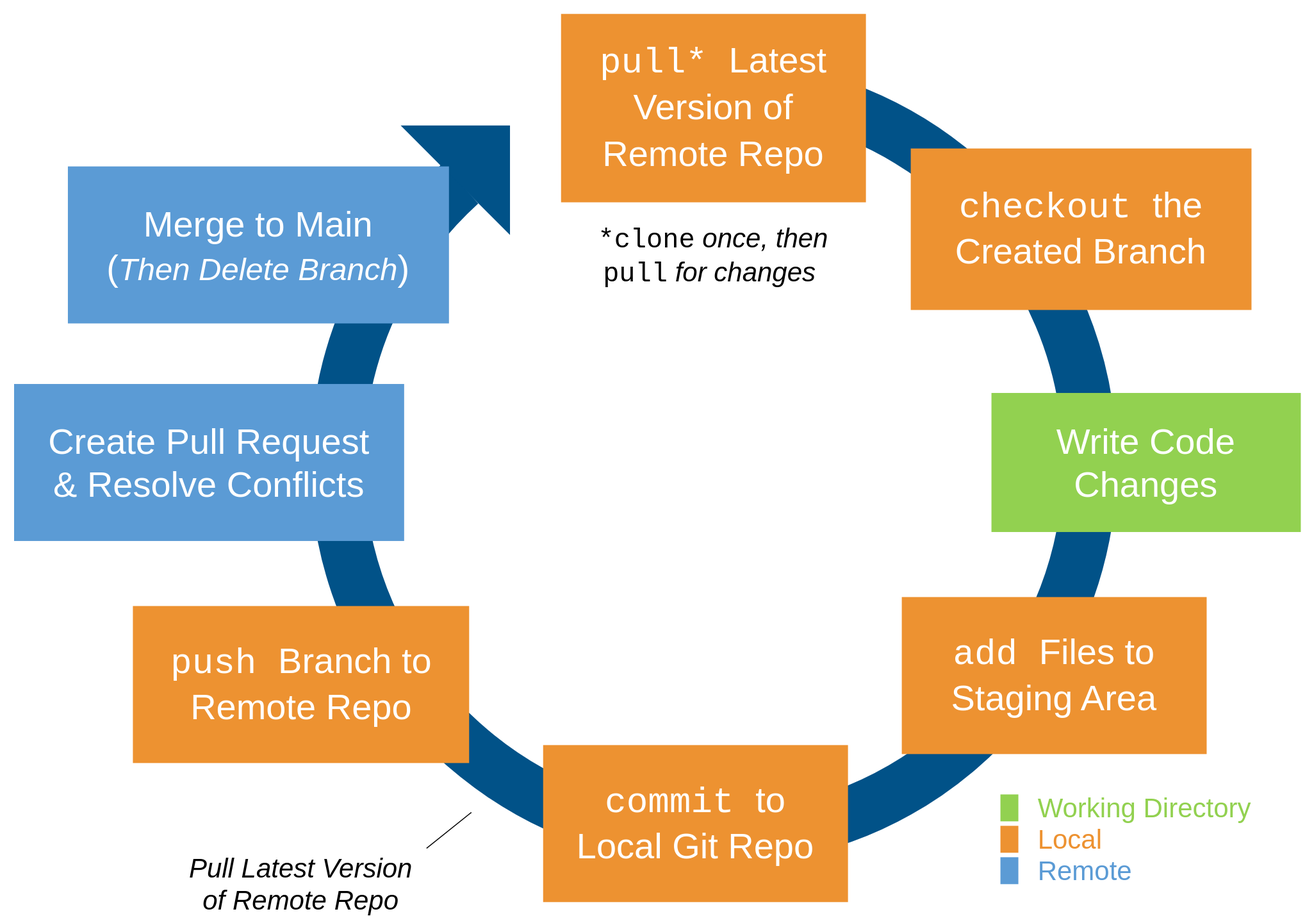
The draw.io diagram docs/3/img3/git-lifecycle.svg in liatrio/devops-bootcamp, before a commit. Source tidied: cells renumbered, new cells last; positions are measured from the earlier drawing's top-left corner, leaving out a move shared by most shapes. Source of this version:
```xml
<mxGraphModel>
  <root>
    <mxCell id="0" />
    <mxCell id="1" parent="0" />
    <mxCell id="2" style="verticalLabelPosition=bottom;verticalAlign=top;html=1;shape=mxgraph.basic.arc;startAngle=0.25636280567399594;endAngle=0.13257308609418408;sketch=0;strokeWidth=60;fillColor=#FFFFFF;rotation=-90;strokeColor=#015288;" parent="1" vertex="1">
      <mxGeometry x="360" y="80" width="840" height="840" as="geometry" />
    </mxCell>
    <mxCell id="3" style="triangle;whiteSpace=wrap;html=1;sketch=0;strokeColor=#015288;strokeWidth=1;rotation=-45;fillColor=#015288;" parent="1" vertex="1">
      <mxGeometry x="480" y="70" width="85" height="170" as="geometry" />
    </mxCell>
    <mxCell id="4" value="&lt;p style=&quot;font-size: 40px&quot;&gt;pull* &lt;font face=&quot;Helvetica&quot; style=&quot;font-size: 40px&quot;&gt;Latest Version of&lt;br&gt;Remote Repo&lt;/font&gt;&lt;/p&gt;" style="rounded=0;whiteSpace=wrap;html=1;sketch=0;strokeWidth=30;strokeColor=none;fillColor=#ED9231;fontFamily=Courier New;fontSize=40;fontColor=#FFFFFF;" parent="1" vertex="1">
      <mxGeometry x="610" width="340" height="210" as="geometry" />
    </mxCell>
    <mxCell id="5" value="&lt;p style=&quot;font-size: 40px;&quot;&gt;checkout&amp;nbsp;&lt;font face=&quot;Helvetica&quot; style=&quot;font-size: 40px;&quot;&gt;the Created Branch&lt;/font&gt;&lt;/p&gt;" style="rounded=0;whiteSpace=wrap;html=1;sketch=0;strokeWidth=30;strokeColor=none;fillColor=#ED9231;fontFamily=Courier New;fontSize=40;fontColor=#FFFFFF;" parent="1" vertex="1">
      <mxGeometry x="1000" y="150" width="380" height="180" as="geometry" />
    </mxCell>
    <mxCell id="6" value="&lt;p style=&quot;font-size: 40px;&quot;&gt;Write Code Changes&lt;/p&gt;" style="rounded=0;whiteSpace=wrap;html=1;sketch=0;strokeWidth=30;strokeColor=none;fontFamily=Helvetica;fontSize=40;fontColor=#FFFFFF;fillColor=#92d150;" parent="1" vertex="1">
      <mxGeometry x="1090" y="422.5" width="345" height="155" as="geometry" />
    </mxCell>
    <mxCell id="7" value="&lt;p style=&quot;font-size: 40px;&quot;&gt;add&amp;nbsp;&lt;font face=&quot;Helvetica&quot; style=&quot;font-size: 40px;&quot;&gt;Files to Staging Area&lt;/font&gt;&lt;/p&gt;" style="rounded=0;whiteSpace=wrap;html=1;sketch=0;strokeWidth=30;strokeColor=none;fillColor=#ED9231;fontFamily=Courier New;fontSize=40;fontColor=#FFFFFF;" parent="1" vertex="1">
      <mxGeometry x="990" y="650" width="340" height="175" as="geometry" />
    </mxCell>
    <mxCell id="8" value="&lt;p style=&quot;font-size: 40px&quot;&gt;commit&amp;nbsp;&lt;font face=&quot;Helvetica&quot; style=&quot;font-size: 40px&quot;&gt;to&lt;br&gt;Local Git Repo&lt;/font&gt;&lt;/p&gt;" style="rounded=0;whiteSpace=wrap;html=1;sketch=0;strokeWidth=30;strokeColor=none;fillColor=#ED9231;fontFamily=Courier New;fontSize=40;fontColor=#FFFFFF;" parent="1" vertex="1">
      <mxGeometry x="590" y="815" width="340" height="175" as="geometry" />
    </mxCell>
    <mxCell id="9" value="&lt;p style=&quot;font-size: 40px;&quot;&gt;push&amp;nbsp;&lt;font face=&quot;Helvetica&quot; style=&quot;font-size: 40px;&quot;&gt;Branch to Remote Repo&lt;/font&gt;&lt;/p&gt;" style="rounded=0;whiteSpace=wrap;html=1;sketch=0;strokeWidth=30;strokeColor=none;fillColor=#ED9231;fontFamily=Courier New;fontSize=40;fontColor=#FFFFFF;" parent="1" vertex="1">
      <mxGeometry x="132.5" y="660" width="375" height="175" as="geometry" />
    </mxCell>
    <mxCell id="10" value="&lt;p style=&quot;font-size: 40px&quot;&gt;Create Pull Request&lt;br&gt;&amp;amp; Resolve Conflicts&lt;/p&gt;" style="rounded=0;whiteSpace=wrap;html=1;sketch=0;strokeWidth=30;strokeColor=none;fontFamily=Helvetica;fontSize=40;fontColor=#FFFFFF;fillColor=#5b9bd5;" parent="1" vertex="1">
      <mxGeometry y="412.5" width="435" height="175" as="geometry" />
    </mxCell>
    <mxCell id="11" value="&lt;p&gt;Merge to Main&lt;br style=&quot;font-size: 40px&quot;&gt;(&lt;font style=&quot;font-style: italic ; font-size: 35px&quot;&gt;Then Delete Branch&lt;/font&gt;&lt;span style=&quot;font-size: 40px&quot;&gt;)&lt;/span&gt;&lt;/p&gt;" style="rounded=0;whiteSpace=wrap;html=1;sketch=0;strokeWidth=30;strokeColor=none;fontFamily=Helvetica;fontSize=40;fontColor=#FFFFFF;fillColor=#5b9bd5;" parent="1" vertex="1">
      <mxGeometry x="60" y="170" width="425" height="175" as="geometry" />
    </mxCell>
    <mxCell id="12" style="endArrow=none;html=1;fontFamily=Helvetica;fontSize=45;fontColor=#FFFFFF;" parent="1" edge="1">
      <mxGeometry relative="1" as="geometry">
        <mxPoint x="460" y="930" as="sourcePoint" />
        <mxPoint x="510" y="890" as="targetPoint" />
      </mxGeometry>
    </mxCell>
    <mxCell id="13" value="&lt;i&gt;Pull Latest Version of Remote Repo&lt;/i&gt;" style="text;html=1;strokeColor=none;fillColor=none;align=center;verticalAlign=middle;whiteSpace=wrap;rounded=0;sketch=0;fontFamily=Helvetica;fontSize=30;" parent="1" vertex="1">
      <mxGeometry x="180" y="940" width="280" height="60" as="geometry" />
    </mxCell>
    <mxCell id="14" value="&lt;font face=&quot;Courier New&quot;&gt;*clone&lt;/font&gt;&amp;nbsp;&lt;i&gt;once, then&lt;/i&gt; &lt;font face=&quot;Courier New&quot;&gt;pull&lt;/font&gt;&amp;nbsp;&lt;i&gt;for changes&lt;/i&gt;&amp;nbsp;" style="text;html=1;strokeColor=none;fillColor=none;align=center;verticalAlign=middle;whiteSpace=wrap;rounded=0;sketch=0;fontFamily=Helvetica;fontSize=30;fontColor=#000000;" parent="1" vertex="1">
      <mxGeometry x="645" y="240" width="270" height="60" as="geometry" />
    </mxCell>
    <mxCell id="15" style="rounded=0;whiteSpace=wrap;html=1;sketch=0;strokeWidth=1;fontFamily=Helvetica;fontSize=40;fontColor=#000000;fillColor=#92D150;strokeColor=none;" parent="1" vertex="1">
      <mxGeometry x="1100" y="870" width="20" height="30" as="geometry" />
    </mxCell>
    <mxCell id="16" style="rounded=0;whiteSpace=wrap;html=1;sketch=0;strokeWidth=1;fontFamily=Helvetica;fontSize=40;fontColor=#000000;fillColor=#ED9231;strokeColor=none;" parent="1" vertex="1">
      <mxGeometry x="1100" y="905" width="20" height="30" as="geometry" />
    </mxCell>
    <mxCell id="17" style="rounded=0;whiteSpace=wrap;html=1;sketch=0;strokeWidth=1;fontFamily=Helvetica;fontSize=40;fontColor=#000000;fillColor=#5B9BD5;strokeColor=none;" parent="1" vertex="1">
      <mxGeometry x="1100" y="940" width="20" height="30" as="geometry" />
    </mxCell>
    <mxCell id="18" value="Working Directory" style="text;html=1;strokeColor=none;fillColor=none;align=left;verticalAlign=middle;whiteSpace=wrap;rounded=0;sketch=0;fontFamily=Helvetica;fontSize=30;fontColor=#92D150;" parent="1" vertex="1">
      <mxGeometry x="1140" y="870" width="260" height="30" as="geometry" />
    </mxCell>
    <mxCell id="19" value="Local" style="text;html=1;strokeColor=none;fillColor=none;align=left;verticalAlign=middle;whiteSpace=wrap;rounded=0;sketch=0;fontFamily=Helvetica;fontSize=30;fontColor=#ED9231;" parent="1" vertex="1">
      <mxGeometry x="1140" y="905" width="260" height="30" as="geometry" />
    </mxCell>
    <mxCell id="20" value="Remote" style="text;html=1;strokeColor=none;fillColor=none;align=left;verticalAlign=middle;whiteSpace=wrap;rounded=0;sketch=0;fontFamily=Helvetica;fontSize=30;fontColor=#5B9BD5;" parent="1" vertex="1">
      <mxGeometry x="1140" y="940" width="260" height="30" as="geometry" />
    </mxCell>
  </root>
</mxGraphModel>
```
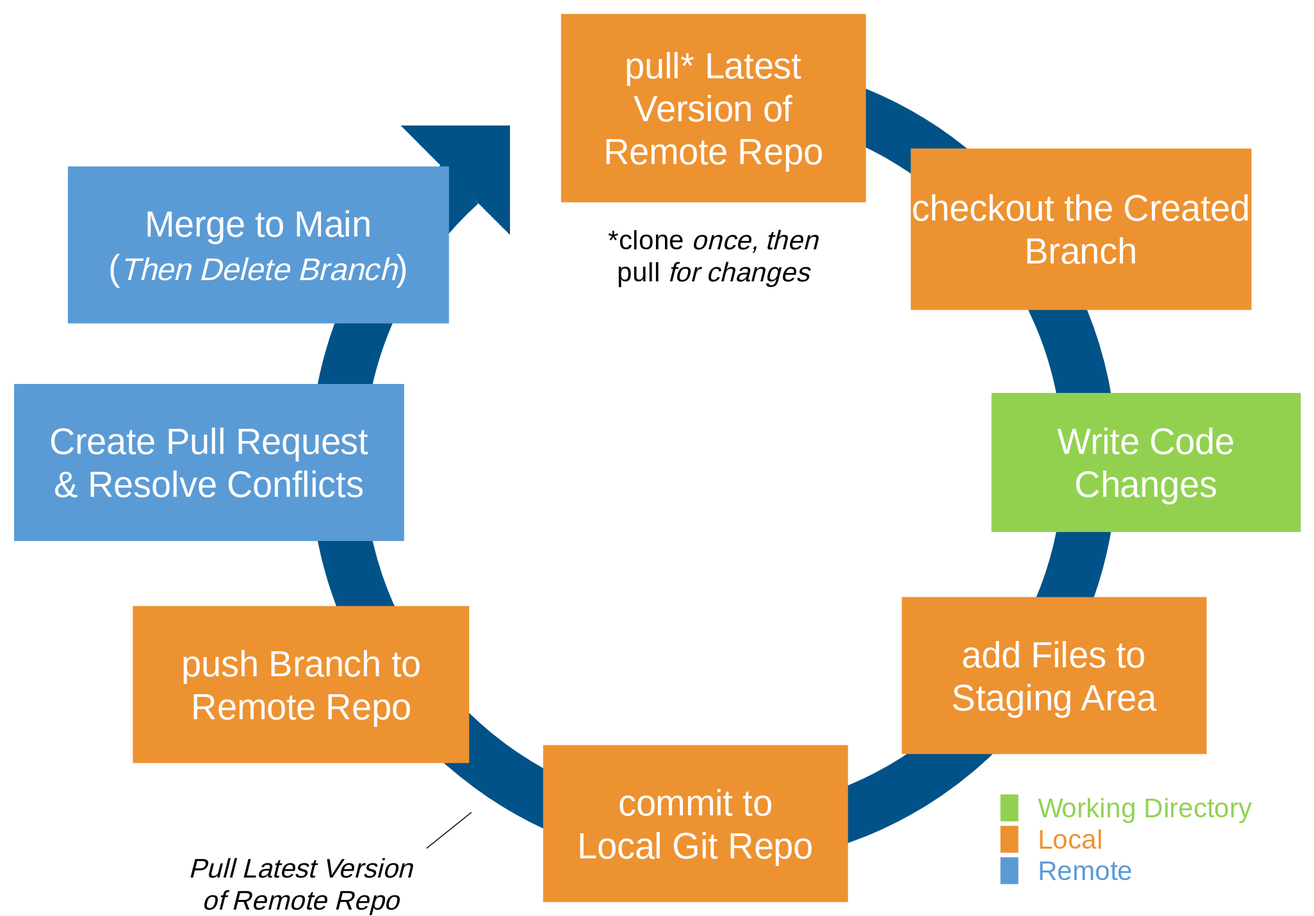
Above is the later version.

Diff of the diagram source:
```diff
@@ -8,28 +8,28 @@
     <mxCell id="3" style="triangle;whiteSpace=wrap;html=1;sketch=0;strokeColor=#015288;strokeWidth=1;rotation=-45;fillColor=#015288;" parent="1" vertex="1">
       <mxGeometry x="480" y="70" width="85" height="170" as="geometry" />
     </mxCell>
-    <mxCell id="4" value="&lt;p style=&quot;font-size: 40px&quot;&gt;pull* &lt;font face=&quot;Helvetica&quot; style=&quot;font-size: 40px&quot;&gt;Latest Version of&lt;br&gt;Remote Repo&lt;/font&gt;&lt;/p&gt;" style="rounded=0;whiteSpace=wrap;html=1;sketch=0;strokeWidth=30;strokeColor=none;fillColor=#ED9231;fontFamily=Courier New;fontSize=40;fontColor=#FFFFFF;" parent="1" vertex="1">
+    <mxCell id="4" value="&lt;p style=&quot;font-size: 40px&quot;&gt;&lt;font&gt;&lt;font face=&quot;Inconsolata&quot;&gt;&lt;font&gt;pull&lt;/font&gt;*&lt;/font&gt; &lt;/font&gt;&lt;font style=&quot;font-size: 40px&quot;&gt;Latest Version of&lt;br&gt;Remote Repo&lt;/font&gt;&lt;/p&gt;" style="rounded=0;whiteSpace=wrap;html=1;sketch=0;strokeWidth=30;strokeColor=none;fillColor=#ED9231;fontFamily=Open Sans;fontSize=40;fontColor=#FFFFFF;fontSource=https%3A%2F%2Ffonts.googleapis.com%2Fcss%3Ffamily%3DOpen%2BSans;" parent="1" vertex="1">
       <mxGeometry x="610" width="340" height="210" as="geometry" />
     </mxCell>
-    <mxCell id="5" value="&lt;p style=&quot;font-size: 40px;&quot;&gt;checkout&amp;nbsp;&lt;font face=&quot;Helvetica&quot; style=&quot;font-size: 40px;&quot;&gt;the Created Branch&lt;/font&gt;&lt;/p&gt;" style="rounded=0;whiteSpace=wrap;html=1;sketch=0;strokeWidth=30;strokeColor=none;fillColor=#ED9231;fontFamily=Courier New;fontSize=40;fontColor=#FFFFFF;" parent="1" vertex="1">
+    <mxCell id="5" value="&lt;p style=&quot;font-size: 40px&quot;&gt;&lt;font face=&quot;Inconsolata&quot;&gt;checkout&lt;/font&gt;&amp;nbsp;&lt;font style=&quot;font-size: 40px&quot;&gt;the Created Branch&lt;/font&gt;&lt;/p&gt;" style="rounded=0;whiteSpace=wrap;html=1;sketch=0;strokeWidth=30;strokeColor=none;fillColor=#ED9231;fontFamily=Open Sans;fontSize=40;fontColor=#FFFFFF;fontSource=https%3A%2F%2Ffonts.googleapis.com%2Fcss%3Ffamily%3DOpen%2BSans;" parent="1" vertex="1">
       <mxGeometry x="1000" y="150" width="380" height="180" as="geometry" />
     </mxCell>
-    <mxCell id="6" value="&lt;p style=&quot;font-size: 40px;&quot;&gt;Write Code Changes&lt;/p&gt;" style="rounded=0;whiteSpace=wrap;html=1;sketch=0;strokeWidth=30;strokeColor=none;fontFamily=Helvetica;fontSize=40;fontColor=#FFFFFF;fillColor=#92d150;" parent="1" vertex="1">
+    <mxCell id="6" value="&lt;p style=&quot;font-size: 40px;&quot;&gt;Write Code Changes&lt;/p&gt;" style="rounded=0;whiteSpace=wrap;html=1;sketch=0;strokeWidth=30;strokeColor=none;fontFamily=Open Sans;fontSize=40;fontColor=#FFFFFF;fillColor=#92d150;fontSource=https%3A%2F%2Ffonts.googleapis.com%2Fcss%3Ffamily%3DOpen%2BSans;" parent="1" vertex="1">
       <mxGeometry x="1090" y="422.5" width="345" height="155" as="geometry" />
     </mxCell>
-    <mxCell id="7" value="&lt;p style=&quot;font-size: 40px;&quot;&gt;add&amp;nbsp;&lt;font face=&quot;Helvetica&quot; style=&quot;font-size: 40px;&quot;&gt;Files to Staging Area&lt;/font&gt;&lt;/p&gt;" style="rounded=0;whiteSpace=wrap;html=1;sketch=0;strokeWidth=30;strokeColor=none;fillColor=#ED9231;fontFamily=Courier New;fontSize=40;fontColor=#FFFFFF;" parent="1" vertex="1">
+    <mxCell id="7" value="&lt;p style=&quot;font-size: 40px&quot;&gt;&lt;font face=&quot;Inconsolata&quot;&gt;add&lt;/font&gt;&amp;nbsp;&lt;font style=&quot;font-size: 40px&quot;&gt;Files to Staging Area&lt;/font&gt;&lt;/p&gt;" style="rounded=0;whiteSpace=wrap;html=1;sketch=0;strokeWidth=30;strokeColor=none;fillColor=#ED9231;fontFamily=Open Sans;fontSize=40;fontColor=#FFFFFF;fontSource=https%3A%2F%2Ffonts.googleapis.com%2Fcss%3Ffamily%3DOpen%2BSans;" parent="1" vertex="1">
       <mxGeometry x="990" y="650" width="340" height="175" as="geometry" />
     </mxCell>
-    <mxCell id="8" value="&lt;p style=&quot;font-size: 40px&quot;&gt;commit&amp;nbsp;&lt;font face=&quot;Helvetica&quot; style=&quot;font-size: 40px&quot;&gt;to&lt;br&gt;Local Git Repo&lt;/font&gt;&lt;/p&gt;" style="rounded=0;whiteSpace=wrap;html=1;sketch=0;strokeWidth=30;strokeColor=none;fillColor=#ED9231;fontFamily=Courier New;fontSize=40;fontColor=#FFFFFF;" parent="1" vertex="1">
+    <mxCell id="8" value="&lt;p style=&quot;font-size: 40px&quot;&gt;&lt;font face=&quot;Inconsolata&quot;&gt;commit&lt;/font&gt;&amp;nbsp;&lt;font style=&quot;font-size: 40px&quot;&gt;to&lt;br&gt;Local Git Repo&lt;/font&gt;&lt;/p&gt;" style="rounded=0;whiteSpace=wrap;html=1;sketch=0;strokeWidth=30;strokeColor=none;fillColor=#ED9231;fontFamily=Open Sans;fontSize=40;fontColor=#FFFFFF;fontSource=https%3A%2F%2Ffonts.googleapis.com%2Fcss%3Ffamily%3DOpen%2BSans;" parent="1" vertex="1">
       <mxGeometry x="590" y="815" width="340" height="175" as="geometry" />
     </mxCell>
-    <mxCell id="9" value="&lt;p style=&quot;font-size: 40px;&quot;&gt;push&amp;nbsp;&lt;font face=&quot;Helvetica&quot; style=&quot;font-size: 40px;&quot;&gt;Branch to Remote Repo&lt;/font&gt;&lt;/p&gt;" style="rounded=0;whiteSpace=wrap;html=1;sketch=0;strokeWidth=30;strokeColor=none;fillColor=#ED9231;fontFamily=Courier New;fontSize=40;fontColor=#FFFFFF;" parent="1" vertex="1">
+    <mxCell id="9" value="&lt;p style=&quot;font-size: 40px&quot;&gt;&lt;font face=&quot;Inconsolata&quot;&gt;push&lt;/font&gt;&amp;nbsp;&lt;font style=&quot;font-size: 40px&quot;&gt;Branch to Remote Repo&lt;/font&gt;&lt;/p&gt;" style="rounded=0;whiteSpace=wrap;html=1;sketch=0;strokeWidth=30;strokeColor=none;fillColor=#ED9231;fontFamily=Open Sans;fontSize=40;fontColor=#FFFFFF;fontSource=https%3A%2F%2Ffonts.googleapis.com%2Fcss%3Ffamily%3DOpen%2BSans;" parent="1" vertex="1">
       <mxGeometry x="132.5" y="660" width="375" height="175" as="geometry" />
     </mxCell>
-    <mxCell id="10" value="&lt;p style=&quot;font-size: 40px&quot;&gt;Create Pull Request&lt;br&gt;&amp;amp; Resolve Conflicts&lt;/p&gt;" style="rounded=0;whiteSpace=wrap;html=1;sketch=0;strokeWidth=30;strokeColor=none;fontFamily=Helvetica;fontSize=40;fontColor=#FFFFFF;fillColor=#5b9bd5;" parent="1" vertex="1">
+    <mxCell id="10" value="&lt;p style=&quot;font-size: 40px&quot;&gt;Create Pull Request&lt;br&gt;&amp;amp; Resolve Conflicts&lt;/p&gt;" style="rounded=0;whiteSpace=wrap;html=1;sketch=0;strokeWidth=30;strokeColor=none;fontFamily=Open Sans;fontSize=40;fontColor=#FFFFFF;fillColor=#5b9bd5;fontSource=https%3A%2F%2Ffonts.googleapis.com%2Fcss%3Ffamily%3DOpen%2BSans;" parent="1" vertex="1">
       <mxGeometry y="412.5" width="435" height="175" as="geometry" />
     </mxCell>
-    <mxCell id="11" value="&lt;p&gt;Merge to Main&lt;br style=&quot;font-size: 40px&quot;&gt;(&lt;font style=&quot;font-style: italic ; font-size: 35px&quot;&gt;Then Delete Branch&lt;/font&gt;&lt;span style=&quot;font-size: 40px&quot;&gt;)&lt;/span&gt;&lt;/p&gt;" style="rounded=0;whiteSpace=wrap;html=1;sketch=0;strokeWidth=30;strokeColor=none;fontFamily=Helvetica;fontSize=40;fontColor=#FFFFFF;fillColor=#5b9bd5;" parent="1" vertex="1">
+    <mxCell id="11" value="&lt;p&gt;Merge to Main&lt;br style=&quot;font-size: 40px&quot;&gt;(&lt;font style=&quot;font-style: italic ; font-size: 35px&quot;&gt;Then Delete Branch&lt;/font&gt;&lt;span style=&quot;font-size: 40px&quot;&gt;)&lt;/span&gt;&lt;/p&gt;" style="rounded=0;whiteSpace=wrap;html=1;sketch=0;strokeWidth=30;strokeColor=none;fontFamily=Open Sans;fontSize=40;fontColor=#FFFFFF;fillColor=#5b9bd5;fontSource=https%3A%2F%2Ffonts.googleapis.com%2Fcss%3Ffamily%3DOpen%2BSans;" parent="1" vertex="1">
       <mxGeometry x="60" y="170" width="425" height="175" as="geometry" />
     </mxCell>
     <mxCell id="12" style="endArrow=none;html=1;fontFamily=Helvetica;fontSize=45;fontColor=#FFFFFF;" parent="1" edge="1">
@@ -38,10 +38,10 @@
         <mxPoint x="510" y="890" as="targetPoint" />
       </mxGeometry>
     </mxCell>
-    <mxCell id="13" value="&lt;i&gt;Pull Latest Version of Remote Repo&lt;/i&gt;" style="text;html=1;strokeColor=none;fillColor=none;align=center;verticalAlign=middle;whiteSpace=wrap;rounded=0;sketch=0;fontFamily=Helvetica;fontSize=30;" parent="1" vertex="1">
+    <mxCell id="13" value="&lt;i&gt;Pull Latest Version of Remote Repo&lt;/i&gt;" style="text;html=1;strokeColor=none;fillColor=none;align=center;verticalAlign=middle;whiteSpace=wrap;rounded=0;sketch=0;fontFamily=Open Sans;fontSize=30;fontSource=https%3A%2F%2Ffonts.googleapis.com%2Fcss%3Ffamily%3DOpen%2BSans;" parent="1" vertex="1">
       <mxGeometry x="180" y="940" width="280" height="60" as="geometry" />
     </mxCell>
-    <mxCell id="14" value="&lt;font face=&quot;Courier New&quot;&gt;*clone&lt;/font&gt;&amp;nbsp;&lt;i&gt;once, then&lt;/i&gt; &lt;font face=&quot;Courier New&quot;&gt;pull&lt;/font&gt;&amp;nbsp;&lt;i&gt;for changes&lt;/i&gt;&amp;nbsp;" style="text;html=1;strokeColor=none;fillColor=none;align=center;verticalAlign=middle;whiteSpace=wrap;rounded=0;sketch=0;fontFamily=Helvetica;fontSize=30;fontColor=#000000;" parent="1" vertex="1">
+    <mxCell id="14" value="&lt;font face=&quot;Inconsolata&quot;&gt;*clone&lt;/font&gt;&amp;nbsp;&lt;i&gt;once, then&lt;/i&gt; &lt;font face=&quot;Inconsolata&quot;&gt;pull&lt;/font&gt;&amp;nbsp;&lt;i&gt;for changes&lt;/i&gt;&amp;nbsp;" style="text;html=1;strokeColor=none;fillColor=none;align=center;verticalAlign=middle;whiteSpace=wrap;rounded=0;sketch=0;fontFamily=Open Sans;fontSize=30;fontColor=#000000;fontSource=https%3A%2F%2Ffonts.googleapis.com%2Fcss%3Ffamily%3DOpen%2BSans;" parent="1" vertex="1">
       <mxGeometry x="645" y="240" width="270" height="60" as="geometry" />
     </mxCell>
     <mxCell id="15" style="rounded=0;whiteSpace=wrap;html=1;sketch=0;strokeWidth=1;fontFamily=Helvetica;fontSize=40;fontColor=#000000;fillColor=#92D150;strokeColor=none;" parent="1" vertex="1">
@@ -53,13 +53,13 @@
     <mxCell id="17" style="rounded=0;whiteSpace=wrap;html=1;sketch=0;strokeWidth=1;fontFamily=Helvetica;fontSize=40;fontColor=#000000;fillColor=#5B9BD5;strokeColor=none;" parent="1" vertex="1">
       <mxGeometry x="1100" y="940" width="20" height="30" as="geometry" />
     </mxCell>
-    <mxCell id="18" value="Working Directory" style="text;html=1;strokeColor=none;fillColor=none;align=left;verticalAlign=middle;whiteSpace=wrap;rounded=0;sketch=0;fontFamily=Helvetica;fontSize=30;fontColor=#92D150;" parent="1" vertex="1">
+    <mxCell id="18" value="Working Directory" style="text;html=1;strokeColor=none;fillColor=none;align=left;verticalAlign=middle;whiteSpace=wrap;rounded=0;sketch=0;fontFamily=Open Sans;fontSize=30;fontColor=#92D150;fontSource=https%3A%2F%2Ffonts.googleapis.com%2Fcss%3Ffamily%3DOpen%2BSans;" parent="1" vertex="1">
       <mxGeometry x="1140" y="870" width="260" height="30" as="geometry" />
     </mxCell>
-    <mxCell id="19" value="Local" style="text;html=1;strokeColor=none;fillColor=none;align=left;verticalAlign=middle;whiteSpace=wrap;rounded=0;sketch=0;fontFamily=Helvetica;fontSize=30;fontColor=#ED9231;" parent="1" vertex="1">
+    <mxCell id="19" value="Local" style="text;html=1;strokeColor=none;fillColor=none;align=left;verticalAlign=middle;whiteSpace=wrap;rounded=0;sketch=0;fontFamily=Open Sans;fontSize=30;fontColor=#ED9231;fontSource=https%3A%2F%2Ffonts.googleapis.com%2Fcss%3Ffamily%3DOpen%2BSans;" parent="1" vertex="1">
       <mxGeometry x="1140" y="905" width="260" height="30" as="geometry" />
     </mxCell>
-    <mxCell id="20" value="Remote" style="text;html=1;strokeColor=none;fillColor=none;align=left;verticalAlign=middle;whiteSpace=wrap;rounded=0;sketch=0;fontFamily=Helvetica;fontSize=30;fontColor=#5B9BD5;" parent="1" vertex="1">
+    <mxCell id="20" value="Remote" style="text;html=1;strokeColor=none;fillColor=none;align=left;verticalAlign=middle;whiteSpace=wrap;rounded=0;sketch=0;fontFamily=Open Sans;fontSize=30;fontColor=#5B9BD5;fontSource=https%3A%2F%2Ffonts.googleapis.com%2Fcss%3Ffamily%3DOpen%2BSans;" parent="1" vertex="1">
       <mxGeometry x="1140" y="940" width="260" height="30" as="geometry" />
     </mxCell>
   </root>
```
